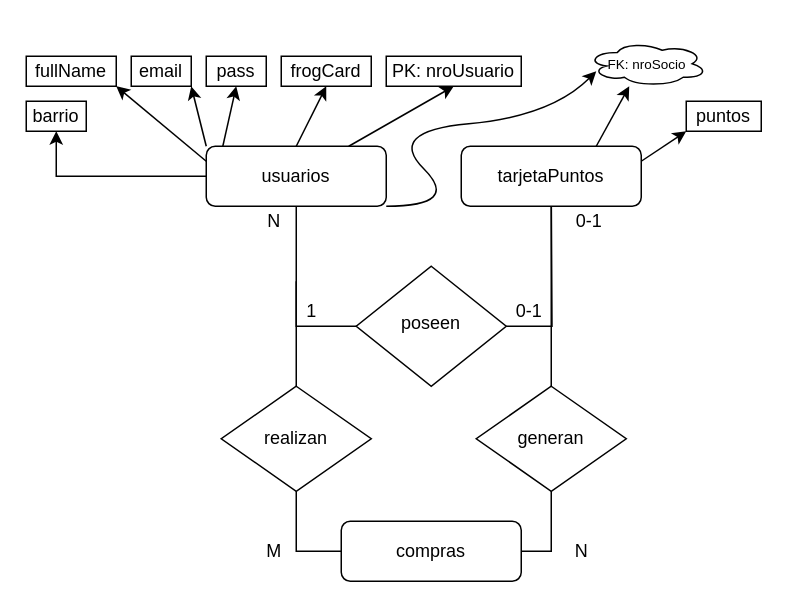
LeanArbelo22/FROG-Proyecto keeps this draw.io diagram as FROG-Proyecto.drawio. Above is the earlier version. Source tidied: cells renumbered, new cells numbered last; positions are measured from the earlier drawing's top-left corner, leaving out a move shared by most shapes. Both pictures are drawn from the tidied source at 150%, with x=0, y=0 at pixel (26, 40).
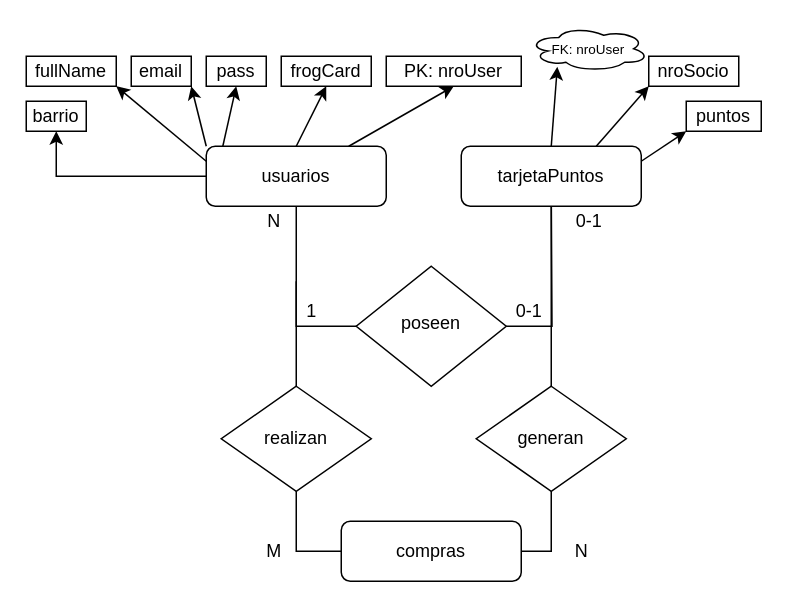
After the change.

Unchanged cells that the change refers to:
```xml
<mxCell id="7" value="tarjetaPuntos" style="rounded=1;whiteSpace=wrap;html=1;fontSize=12;glass=0;strokeWidth=1;shadow=0;" parent="1" vertex="1">
  <mxGeometry x="290" y="70" width="120" height="40" as="geometry" />
</mxCell>
```

What changed in the source:
```diff
@@
-    <mxCell id="10" value="PK: nroUsuario" style="rounded=0;whiteSpace=wrap;html=1;" parent="1" vertex="1">
+    <mxCell id="10" value="PK: nroUser" style="rounded=0;whiteSpace=wrap;html=1;" parent="1" vertex="1">
       <mxGeometry x="240" y="10" width="90" height="20" as="geometry" />
     </mxCell>
@@
-    <mxCell id="22" style="endArrow=classic;html=1;entryX=0.5;entryY=1;entryDx=0;entryDy=0;exitX=0.75;exitY=0;exitDx=0;exitDy=0;" parent="1" edge="1" source="7">
-      <mxGeometry relative="1" as="geometry">
-        <mxPoint x="402" y="30" as="targetPoint" />
-      </mxGeometry>
+    <mxCell id="22" style="endArrow=classic;html=1;entryX=0;entryY=1;entryDx=0;entryDy=0;exitX=0.75;exitY=0;exitDx=0;exitDy=0;" parent="1" edge="1" source="7" target="38">
+      <mxGeometry relative="1" as="geometry" />
     </mxCell>
@@
-    <mxCell id="24" value="&lt;font style=&quot;font-size: 9px&quot;&gt;FK: nroSocio&lt;/font&gt;" style="ellipse;shape=cloud;whiteSpace=wrap;html=1;" parent="1" vertex="1">
-      <mxGeometry x="374" width="80" height="30" as="geometry" />
+    <mxCell id="24" value="&lt;font style=&quot;font-size: 9px&quot;&gt;FK: nroUser&lt;/font&gt;" style="ellipse;shape=cloud;whiteSpace=wrap;html=1;" parent="1" vertex="1">
+      <mxGeometry x="335" y="-10" width="80" height="30" as="geometry" />
     </mxCell>
@@
-    <mxCell id="34" style="curved=1;endArrow=classic;html=1;" parent="1" edge="1">
-      <mxGeometry relative="1" as="geometry">
-        <mxPoint x="240" y="110" as="sourcePoint" />
-        <mxPoint x="380" y="20" as="targetPoint" />
-        <Array as="points">
-          <mxPoint x="290" y="110" />
-          <mxPoint x="240" y="60" />
-          <mxPoint x="350" y="50" />
-        </Array>
-      </mxGeometry>
-    </mxCell>
@@
+    <mxCell id="37" style="endArrow=classic;html=1;entryX=0.238;entryY=0.9;entryDx=0;entryDy=0;entryPerimeter=0;exitX=0.5;exitY=0;exitDx=0;exitDy=0;" parent="1" edge="1" source="7" target="24">
+      <mxGeometry relative="1" as="geometry" />
+    </mxCell>
+    <mxCell id="38" value="nroSocio" style="rounded=0;whiteSpace=wrap;html=1;" parent="1" vertex="1">
+      <mxGeometry x="415" y="10" width="60" height="20" as="geometry" />
+    </mxCell>
```
